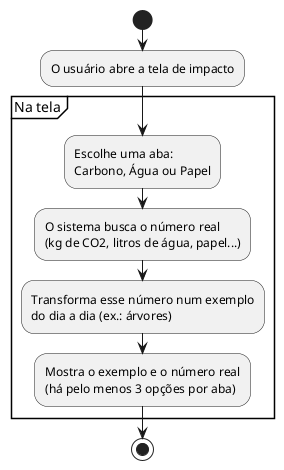
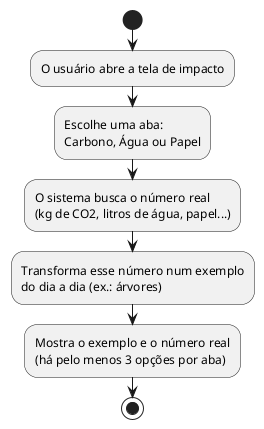
@startuml US02_Traducao_Ludica
start
:O usuário abre a tela de impacto;
- partition "Na tela" {
-   :Escolhe uma aba:\nCarbono, Água ou Papel;
-   :O sistema busca o número real\n(kg de CO2, litros de água, papel...);
-   :Transforma esse número num exemplo\ndo dia a dia (ex.: árvores);
-   :Mostra o exemplo e o número real\n(há pelo menos 3 opções por aba);
- }
+ :Escolhe uma aba:\nCarbono, Água ou Papel;
+ :O sistema busca o número real\n(kg de CO2, litros de água, papel...);
+ :Transforma esse número num exemplo\ndo dia a dia (ex.: árvores);
+ :Mostra o exemplo e o número real\n(há pelo menos 3 opções por aba);
stop
@enduml
